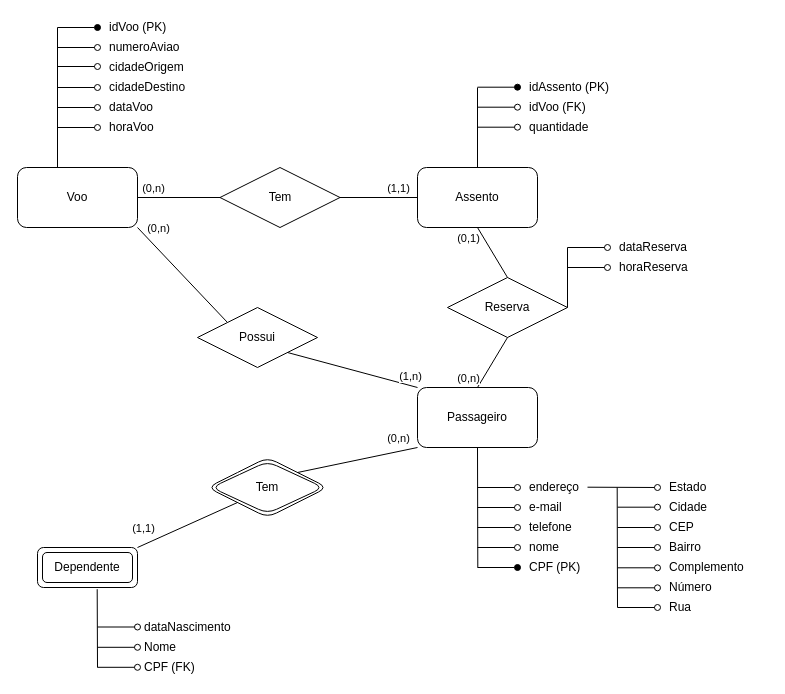
This is Diagrama sem nome.drawio from JonatanGabriel/MER-projeto, a draw.io file, before an edit. Source tidied: cells renumbered, new cells numbered last; positions are measured from the earlier drawing's top-left corner, leaving out a move shared by most shapes. Both pictures are drawn from the tidied source at 100%, with x=0, y=0 at pixel (17, 17).
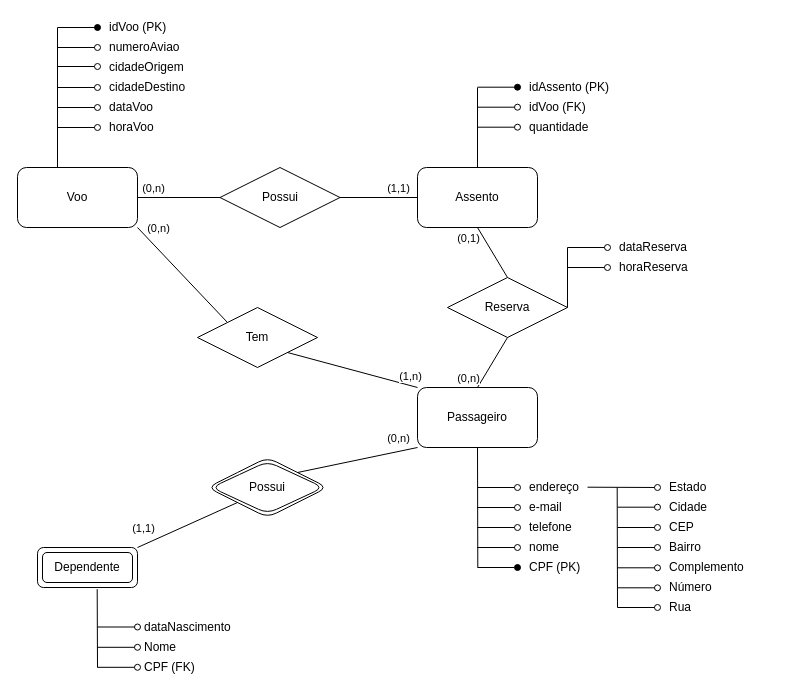
The same diagram, later.

What changed in the source:
```diff
@@
-    <mxCell id="3" value="Tem" style="shape=rhombus;double=1;perimeter=rhombusPerimeter;whiteSpace=wrap;html=1;align=center;labelBackgroundColor=none;rounded=1;" parent="1" vertex="1">
+    <mxCell id="3" value="Possui" style="shape=rhombus;double=1;perimeter=rhombusPerimeter;whiteSpace=wrap;html=1;align=center;labelBackgroundColor=none;rounded=1;" parent="1" vertex="1">
       <mxGeometry x="190" y="440" width="120" height="60" as="geometry" />
     </mxCell>
@@
-    <mxCell id="7" value="Possui" style="rhombus;whiteSpace=wrap;html=1;labelBackgroundColor=none;rounded=1;arcSize=0;" parent="1" vertex="1">
+    <mxCell id="7" value="Tem" style="rhombus;whiteSpace=wrap;html=1;labelBackgroundColor=none;rounded=1;arcSize=0;" parent="1" vertex="1">
       <mxGeometry x="180" y="290" width="120" height="60" as="geometry" />
     </mxCell>
-    <mxCell id="8" value="Tem" style="rhombus;whiteSpace=wrap;html=1;labelBackgroundColor=none;rounded=1;arcSize=0;" parent="1" vertex="1">
+    <mxCell id="8" value="Possui" style="rhombus;whiteSpace=wrap;html=1;labelBackgroundColor=none;rounded=1;arcSize=0;" parent="1" vertex="1">
       <mxGeometry x="202.5" y="150" width="120" height="60" as="geometry" />
     </mxCell>
```
